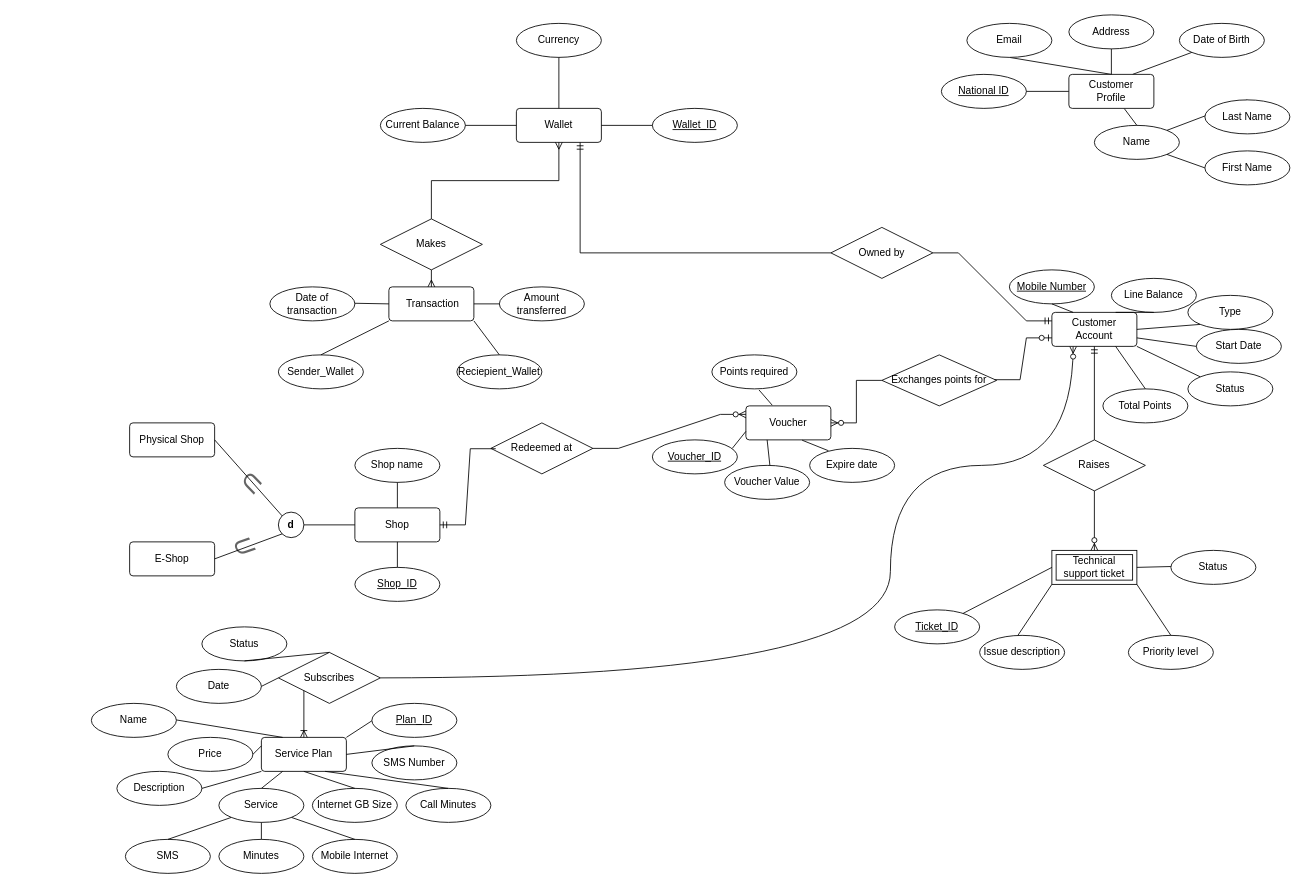
This is Untitled Diagram.drawio from itsfadymate/Customer-Data-Management-System, a draw.io file, before an edit. Source tidied: cells renumbered, new cells numbered last; positions are measured from the earlier drawing's top-left corner, leaving out a move shared by most shapes. Both pictures are drawn from the tidied source at 85%, with x=0, y=0 at pixel (91, 14).
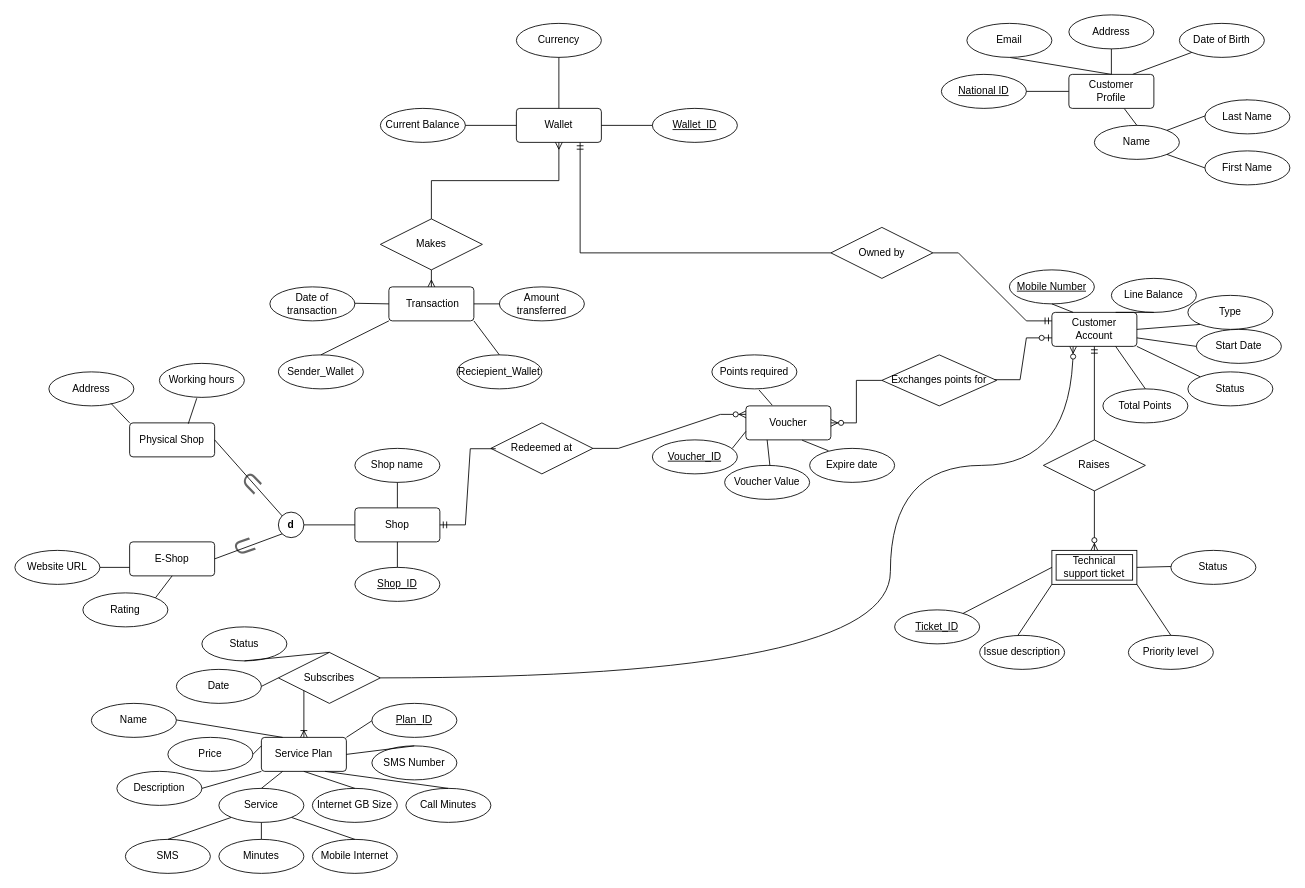
Above is the later version.

The change refers to these unchanged cells:
```xml
<mxCell id="119" value="Physical Shop" style="rounded=1;arcSize=10;whiteSpace=wrap;html=1;align=center;" parent="1" vertex="1">
  <mxGeometry x="45" y="480" width="100" height="40" as="geometry" />
</mxCell>
<mxCell id="121" value="E-Shop" style="rounded=1;arcSize=10;whiteSpace=wrap;html=1;align=center;" parent="1" vertex="1">
  <mxGeometry x="45" y="620" width="100" height="40" as="geometry" />
</mxCell>
```

What changed in the source:
```diff
@@
+    <mxCell id="125" value="Address" style="ellipse;whiteSpace=wrap;html=1;align=center;" parent="1" vertex="1">
+      <mxGeometry x="-50" y="420" width="100" height="40" as="geometry" />
+    </mxCell>
+    <mxCell id="126" value="Working hours" style="ellipse;whiteSpace=wrap;html=1;align=center;" parent="1" vertex="1">
+      <mxGeometry x="80" y="410" width="100" height="40" as="geometry" />
+    </mxCell>
+    <mxCell id="127" value="Website URL" style="ellipse;whiteSpace=wrap;html=1;align=center;" parent="1" vertex="1">
+      <mxGeometry x="-90" y="630" width="100" height="40" as="geometry" />
+    </mxCell>
+    <mxCell id="128" value="Rating" style="ellipse;whiteSpace=wrap;html=1;align=center;" parent="1" vertex="1">
+      <mxGeometry x="-10" y="680" width="100" height="40" as="geometry" />
+    </mxCell>
+    <mxCell id="129" style="endArrow=none;html=1;rounded=0;exitX=0;exitY=0;exitDx=0;exitDy=0;entryX=0.73;entryY=0.925;entryDx=0;entryDy=0;entryPerimeter=0;" parent="1" edge="1" source="119" target="125">
+      <mxGeometry relative="1" as="geometry" />
+    </mxCell>
+    <mxCell id="130" style="endArrow=none;html=1;rounded=0;exitX=0.69;exitY=0.025;exitDx=0;exitDy=0;entryX=0.44;entryY=1.025;entryDx=0;entryDy=0;entryPerimeter=0;exitPerimeter=0;" parent="1" edge="1" source="119" target="126">
+      <mxGeometry relative="1" as="geometry" />
+    </mxCell>
+    <mxCell id="131" style="endArrow=none;html=1;rounded=0;exitX=1;exitY=0.5;exitDx=0;exitDy=0;entryX=0;entryY=0.75;entryDx=0;entryDy=0;" parent="1" edge="1" source="127" target="121">
+      <mxGeometry relative="1" as="geometry" />
+    </mxCell>
+    <mxCell id="132" style="endArrow=none;html=1;rounded=0;exitX=0.5;exitY=1;exitDx=0;exitDy=0;entryX=1;entryY=0;entryDx=0;entryDy=0;" parent="1" edge="1" source="121" target="128">
+      <mxGeometry relative="1" as="geometry" />
+    </mxCell>
```
